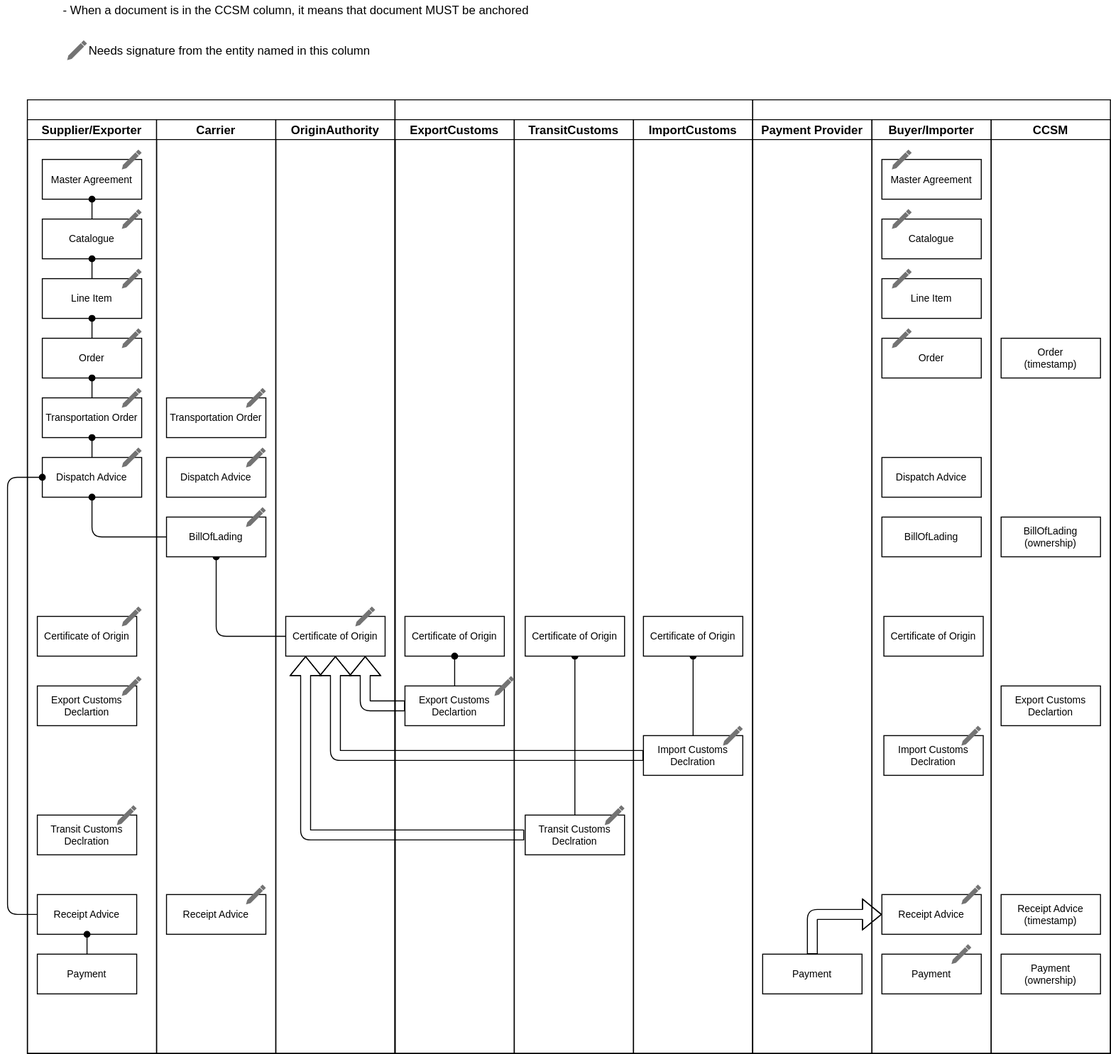
mehranshakeri/BLIP1-diagrams keeps this draw.io diagram as sequence.drawio.svg. Above is the earlier version. Source tidied: cells renumbered, new cells last; positions are measured from the earlier drawing's top-left corner, leaving out a move shared by most shapes.
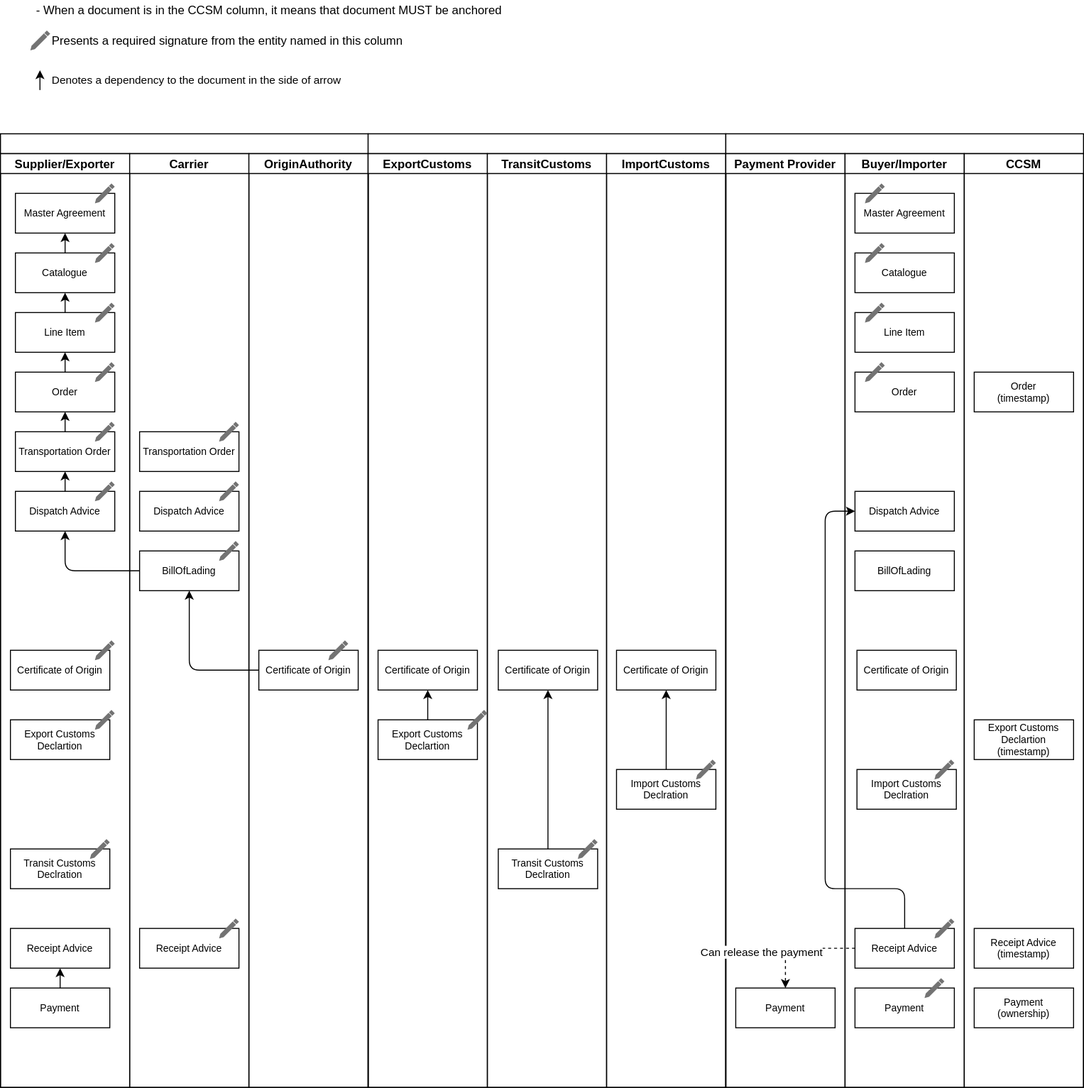
After the commit.

Diff of the diagram source:
```diff
@@ -8,7 +8,7 @@
     <mxCell id="3" value="Import Customs &#10;Declration" style="fontStyle=0;fontSize=10;" parent="1" vertex="1">
       <mxGeometry x="882" y="740" width="100" height="40" as="geometry" />
     </mxCell>
-    <mxCell id="4" style="edgeStyle=none;html=1;exitX=0.5;exitY=0;exitDx=0;exitDy=0;entryX=0.5;entryY=1;entryDx=0;entryDy=0;endArrow=oval;endFill=1;" parent="1" edge="1" source="5" target="80">
+    <mxCell id="4" style="edgeStyle=none;html=1;exitX=0.5;exitY=0;exitDx=0;exitDy=0;entryX=0.5;entryY=1;entryDx=0;entryDy=0;endArrow=classic;endFill=1;" parent="1" edge="1" source="5" target="80">
       <mxGeometry relative="1" as="geometry" />
     </mxCell>
     <mxCell id="5" value="Transit Customs &#10;Declration" style="fontStyle=0;fontSize=10;" parent="1" vertex="1">
@@ -17,7 +17,7 @@
     <mxCell id="6" value="Certificate of Origin" style="fontStyle=0;fontSize=10;" parent="1" vertex="1">
       <mxGeometry x="30" y="620" width="100" height="40" as="geometry" />
     </mxCell>
-    <mxCell id="7" style="edgeStyle=none;html=1;exitX=0;exitY=0.5;exitDx=0;exitDy=0;entryX=0.5;entryY=1;entryDx=0;entryDy=0;endArrow=oval;endFill=1;" parent="1" edge="1" source="8" target="35">
+    <mxCell id="7" style="edgeStyle=none;html=1;exitX=0;exitY=0.5;exitDx=0;exitDy=0;entryX=0.5;entryY=1;entryDx=0;entryDy=0;endArrow=classic;endFill=1;" parent="1" edge="1" source="8" target="35">
       <mxGeometry relative="1" as="geometry">
         <Array as="points">
           <mxPoint x="210" y="640" />
@@ -39,31 +39,31 @@
     <mxCell id="12" value="Master Agreement" style="fontStyle=0;fontSize=10;" parent="10" vertex="1">
       <mxGeometry x="15" y="40" width="100" height="40" as="geometry" />
     </mxCell>
-    <mxCell id="13" style="edgeStyle=none;html=1;exitX=0.5;exitY=0;exitDx=0;exitDy=0;entryX=0.5;entryY=1;entryDx=0;entryDy=0;endArrow=oval;endFill=1;" parent="10" edge="1" source="14" target="12">
+    <mxCell id="13" style="edgeStyle=none;html=1;exitX=0.5;exitY=0;exitDx=0;exitDy=0;entryX=0.5;entryY=1;entryDx=0;entryDy=0;endArrow=classic;endFill=1;" parent="10" edge="1" source="14" target="12">
       <mxGeometry relative="1" as="geometry" />
     </mxCell>
     <mxCell id="14" value="Catalogue" style="fontStyle=0;fontSize=10;" parent="10" vertex="1">
       <mxGeometry x="15" y="100" width="100" height="40" as="geometry" />
     </mxCell>
-    <mxCell id="15" style="edgeStyle=none;html=1;exitX=0.5;exitY=0;exitDx=0;exitDy=0;entryX=0.5;entryY=1;entryDx=0;entryDy=0;endArrow=oval;endFill=1;" parent="10" edge="1" source="16" target="14">
+    <mxCell id="15" style="edgeStyle=none;html=1;exitX=0.5;exitY=0;exitDx=0;exitDy=0;entryX=0.5;entryY=1;entryDx=0;entryDy=0;endArrow=classic;endFill=1;" parent="10" edge="1" source="16" target="14">
       <mxGeometry relative="1" as="geometry" />
     </mxCell>
     <mxCell id="16" value="Line Item" style="fontStyle=0;fontSize=10;" parent="10" vertex="1">
       <mxGeometry x="15" y="160" width="100" height="40" as="geometry" />
     </mxCell>
-    <mxCell id="17" style="edgeStyle=none;html=1;exitX=0.5;exitY=0;exitDx=0;exitDy=0;entryX=0.5;entryY=1;entryDx=0;entryDy=0;endArrow=oval;endFill=1;" parent="10" edge="1" source="18" target="16">
+    <mxCell id="17" style="edgeStyle=none;html=1;exitX=0.5;exitY=0;exitDx=0;exitDy=0;entryX=0.5;entryY=1;entryDx=0;entryDy=0;endArrow=classic;endFill=1;" parent="10" edge="1" source="18" target="16">
       <mxGeometry relative="1" as="geometry" />
     </mxCell>
     <mxCell id="18" value="Order" style="fontStyle=0;fontSize=10;" parent="10" vertex="1">
       <mxGeometry x="15" y="220" width="100" height="40" as="geometry" />
     </mxCell>
-    <mxCell id="19" style="edgeStyle=none;html=1;exitX=0.5;exitY=0;exitDx=0;exitDy=0;entryX=0.5;entryY=1;entryDx=0;entryDy=0;endArrow=oval;endFill=1;" parent="10" edge="1" source="20" target="18">
+    <mxCell id="19" style="edgeStyle=none;html=1;exitX=0.5;exitY=0;exitDx=0;exitDy=0;entryX=0.5;entryY=1;entryDx=0;entryDy=0;endArrow=classic;endFill=1;" parent="10" edge="1" source="20" target="18">
       <mxGeometry relative="1" as="geometry" />
     </mxCell>
     <mxCell id="20" value="Transportation Order" style="fontStyle=0;fontSize=10;" parent="10" vertex="1">
       <mxGeometry x="15" y="280" width="100" height="40" as="geometry" />
     </mxCell>
-    <mxCell id="21" style="edgeStyle=none;html=1;exitX=0.5;exitY=0;exitDx=0;exitDy=0;entryX=0.5;entryY=1;entryDx=0;entryDy=0;endArrow=oval;endFill=1;" parent="10" edge="1" source="22" target="20">
+    <mxCell id="21" style="edgeStyle=none;html=1;exitX=0.5;exitY=0;exitDx=0;exitDy=0;entryX=0.5;entryY=1;entryDx=0;entryDy=0;endArrow=classic;endFill=1;" parent="10" edge="1" source="22" target="20">
       <mxGeometry relative="1" as="geometry" />
     </mxCell>
     <mxCell id="22" value="Dispatch Advice" style="fontStyle=0;fontSize=10;" parent="10" vertex="1">
@@ -129,7 +129,7 @@
     <mxCell id="42" style="dashed=0;verticalLabelPosition=bottom;verticalAlign=top;align=center;shape=mxgraph.gmdl.edit;strokeColor=none;fillColor=#737373;shadow=0;fontSize=10;" parent="41" vertex="1">
       <mxGeometry x="80" y="490" width="20" height="20" as="geometry" />
     </mxCell>
-    <mxCell id="43" style="edgeStyle=none;html=1;exitX=0;exitY=0.5;exitDx=0;exitDy=0;entryX=0.5;entryY=1;entryDx=0;entryDy=0;endArrow=oval;endFill=1;" parent="9" edge="1" source="35" target="22">
+    <mxCell id="43" style="edgeStyle=none;html=1;exitX=0;exitY=0.5;exitDx=0;exitDy=0;entryX=0.5;entryY=1;entryDx=0;entryDy=0;endArrow=classic;endFill=1;" parent="9" edge="1" source="35" target="22">
       <mxGeometry relative="1" as="geometry">
         <Array as="points">
           <mxPoint x="65" y="440" />
@@ -151,7 +151,7 @@
     <mxCell id="48" value="ImportCustoms" style="swimlane;startSize=20;" parent="44" vertex="1">
       <mxGeometry x="240" y="20" width="120" height="940" as="geometry" />
     </mxCell>
-    <mxCell id="49" style="edgeStyle=none;html=1;exitX=0.5;exitY=0;exitDx=0;exitDy=0;entryX=0.5;entryY=1;entryDx=0;entryDy=0;endArrow=oval;endFill=1;" parent="48" edge="1" source="50" target="51">
+    <mxCell id="49" style="edgeStyle=none;html=1;exitX=0.5;exitY=0;exitDx=0;exitDy=0;entryX=0.5;entryY=1;entryDx=0;entryDy=0;endArrow=classic;endFill=1;" parent="48" edge="1" source="50" target="51">
       <mxGeometry relative="1" as="geometry" />
     </mxCell>
     <mxCell id="50" value="Import Customs &#10;Declration" style="fontStyle=0;fontSize=10;" parent="48" vertex="1">
@@ -196,6 +196,15 @@
     <mxCell id="63" value="Payment" style="fontStyle=0;fontSize=10;" parent="56" vertex="1">
       <mxGeometry x="10" y="840" width="100" height="40" as="geometry" />
     </mxCell>
+    <mxCell id="94" style="edgeStyle=none;html=1;exitX=0.5;exitY=0;exitDx=0;exitDy=0;entryX=0;entryY=0.5;entryDx=0;entryDy=0;endArrow=classic;endFill=1;" parent="56" edge="1" source="64" target="57">
+      <mxGeometry relative="1" as="geometry">
+        <Array as="points">
+          <mxPoint x="60" y="740" />
+          <mxPoint x="-20" y="740" />
+          <mxPoint x="-20" y="360" />
+        </Array>
+      </mxGeometry>
+    </mxCell>
     <mxCell id="64" value="Receipt Advice" style="fontStyle=0;fontSize=10;" parent="56" vertex="1">
       <mxGeometry x="10" y="780" width="100" height="40" as="geometry" />
     </mxCell>
@@ -220,38 +229,36 @@
     <mxCell id="71" style="dashed=0;verticalLabelPosition=bottom;verticalAlign=top;align=center;shape=mxgraph.gmdl.edit;strokeColor=none;fillColor=#737373;shadow=0;fontSize=10;" parent="56" vertex="1">
       <mxGeometry x="80" y="830" width="20" height="20" as="geometry" />
     </mxCell>
-    <mxCell id="72" style="edgeStyle=none;html=1;exitX=0.5;exitY=0;exitDx=0;exitDy=0;entryX=0;entryY=0.5;entryDx=0;entryDy=0;fontSize=10;shape=flexArrow;" parent="53" edge="1" source="55" target="64">
-      <mxGeometry relative="1" as="geometry">
-        <Array as="points">
-          <mxPoint x="60" y="820" />
-        </Array>
-      </mxGeometry>
-    </mxCell>
     <mxCell id="73" value="CCSM" style="swimlane;startSize=20;" parent="53" vertex="1">
       <mxGeometry x="240" y="20" width="120" height="940" as="geometry" />
     </mxCell>
     <mxCell id="74" value="Order&#10;(timestamp)" style="fontStyle=0;fontSize=10;" parent="73" vertex="1">
       <mxGeometry x="10" y="220" width="100" height="40" as="geometry" />
     </mxCell>
-    <mxCell id="75" value="BillOfLading &#10;(ownership)" style="fontStyle=0;fontSize=10;" parent="73" vertex="1">
-      <mxGeometry x="10" y="400" width="100" height="40" as="geometry" />
-    </mxCell>
     <mxCell id="76" value="Payment&#10;(ownership)" style="fontStyle=0;fontSize=10;" parent="73" vertex="1">
       <mxGeometry x="10" y="840" width="100" height="40" as="geometry" />
     </mxCell>
     <mxCell id="77" value="Receipt Advice&#10;(timestamp)" style="fontStyle=0;fontSize=10;" parent="73" vertex="1">
       <mxGeometry x="10" y="780" width="100" height="40" as="geometry" />
     </mxCell>
-    <mxCell id="78" value="Export Customs &#10;Declartion" style="fontStyle=0;fontSize=10;" parent="73" vertex="1">
+    <mxCell id="78" value="Export Customs &#10;Declartion&#10;(timestamp)" style="fontStyle=0;fontSize=10;" parent="73" vertex="1">
       <mxGeometry x="10" y="570" width="100" height="40" as="geometry" />
     </mxCell>
+    <mxCell id="95" value="Can release the payment" style="edgeStyle=none;html=1;exitX=0;exitY=0.5;exitDx=0;exitDy=0;entryX=0.5;entryY=0;entryDx=0;entryDy=0;dashed=1;" parent="53" edge="1" source="64" target="55">
+      <mxGeometry x="0.27" y="-14" relative="1" as="geometry">
+        <Array as="points">
+          <mxPoint x="60" y="820" />
+        </Array>
+        <mxPoint x="-10" y="4" as="offset" />
+      </mxGeometry>
+    </mxCell>
     <mxCell id="79" value="Certificate of Origin" style="fontStyle=0;fontSize=10;" parent="1" vertex="1">
       <mxGeometry x="400" y="620" width="100" height="40" as="geometry" />
     </mxCell>
     <mxCell id="80" value="Certificate of Origin" style="fontStyle=0;fontSize=10;" parent="1" vertex="1">
       <mxGeometry x="521" y="620" width="100" height="40" as="geometry" />
     </mxCell>
-    <mxCell id="81" style="edgeStyle=none;html=1;exitX=0.5;exitY=0;exitDx=0;exitDy=0;entryX=0.5;entryY=1;entryDx=0;entryDy=0;endArrow=oval;endFill=1;" parent="1" edge="1" source="82" target="79">
+    <mxCell id="81" style="edgeStyle=none;html=1;exitX=0.5;exitY=0;exitDx=0;exitDy=0;entryX=0.5;entryY=1;entryDx=0;entryDy=0;endArrow=classic;endFill=1;" parent="1" edge="1" source="82" target="79">
       <mxGeometry relative="1" as="geometry" />
     </mxCell>
     <mxCell id="82" value="Export Customs &#10;Declartion" style="fontStyle=0;fontSize=10;" parent="1" vertex="1">
@@ -260,57 +267,29 @@
     <mxCell id="83" value="Certificate of Origin" style="fontStyle=0;fontSize=10;" parent="1" vertex="1">
       <mxGeometry x="882" y="620" width="100" height="40" as="geometry" />
     </mxCell>
-    <mxCell id="84" style="edgeStyle=none;html=1;exitX=0;exitY=0.5;exitDx=0;exitDy=0;entryX=0;entryY=0.5;entryDx=0;entryDy=0;endArrow=oval;endFill=1;" parent="1" edge="1" source="85" target="22">
-      <mxGeometry relative="1" as="geometry">
-        <Array as="points">
-          <mxPoint y="920" />
-          <mxPoint y="700" />
-          <mxPoint y="480" />
-        </Array>
-      </mxGeometry>
-    </mxCell>
     <mxCell id="85" value="Receipt Advice" style="fontStyle=0;fontSize=10;" parent="1" vertex="1">
       <mxGeometry x="30" y="900" width="100" height="40" as="geometry" />
     </mxCell>
-    <mxCell id="86" style="edgeStyle=none;html=1;exitX=0.5;exitY=0;exitDx=0;exitDy=0;entryX=0.5;entryY=1;entryDx=0;entryDy=0;endArrow=oval;endFill=1;" parent="1" edge="1" source="87" target="85">
+    <mxCell id="86" style="edgeStyle=none;html=1;exitX=0.5;exitY=0;exitDx=0;exitDy=0;entryX=0.5;entryY=1;entryDx=0;entryDy=0;endArrow=classic;endFill=1;" parent="1" edge="1" source="87" target="85">
       <mxGeometry relative="1" as="geometry" />
     </mxCell>
     <mxCell id="87" value="Payment" style="fontStyle=0;fontSize=10;" parent="1" vertex="1">
       <mxGeometry x="30" y="960" width="100" height="40" as="geometry" />
     </mxCell>
-    <mxCell id="88" style="edgeStyle=none;html=1;exitX=0;exitY=0.5;exitDx=0;exitDy=0;fontSize=10;shape=flexArrow;" parent="1" edge="1" source="82">
-      <mxGeometry relative="1" as="geometry">
-        <mxPoint x="360" y="660" as="targetPoint" />
-        <Array as="points">
-          <mxPoint x="360" y="710" />
-        </Array>
-      </mxGeometry>
-    </mxCell>
-    <mxCell id="89" style="edgeStyle=none;html=1;exitX=0;exitY=0.5;exitDx=0;exitDy=0;fontSize=10;shape=flexArrow;exitPerimeter=0;" parent="1" edge="1" source="50">
-      <mxGeometry relative="1" as="geometry">
-        <mxPoint x="330" y="660" as="targetPoint" />
-        <Array as="points">
-          <mxPoint x="330" y="760" />
-        </Array>
-      </mxGeometry>
-    </mxCell>
-    <mxCell id="90" style="edgeStyle=none;html=1;fontSize=10;shape=flexArrow;" parent="1" edge="1">
-      <mxGeometry relative="1" as="geometry">
-        <mxPoint x="520" y="840" as="sourcePoint" />
-        <mxPoint x="300" y="660" as="targetPoint" />
-        <Array as="points">
-          <mxPoint x="300" y="840" />
-        </Array>
-      </mxGeometry>
-    </mxCell>
     <mxCell id="91" style="dashed=0;verticalLabelPosition=bottom;verticalAlign=top;align=center;shape=mxgraph.gmdl.edit;strokeColor=none;fillColor=#737373;shadow=0;fontSize=10;" parent="1" vertex="1">
       <mxGeometry x="490" y="680" width="20" height="20" as="geometry" />
     </mxCell>
-    <mxCell id="92" value="Needs signature from the entity named in this column" style="dashed=0;verticalLabelPosition=middle;verticalAlign=middle;align=left;shape=mxgraph.gmdl.edit;strokeColor=none;fillColor=#737373;shadow=0;fontSize=12;horizontal=1;labelPosition=right;" parent="1" vertex="1">
-      <mxGeometry x="60" y="40" width="20" height="20" as="geometry" />
+    <mxCell id="92" value="Presents a required signature from the entity named in this column" style="dashed=0;verticalLabelPosition=middle;verticalAlign=middle;align=left;shape=mxgraph.gmdl.edit;strokeColor=none;fillColor=#737373;shadow=0;fontSize=12;horizontal=1;labelPosition=right;" parent="1" vertex="1">
+      <mxGeometry x="50" y="-4" width="20" height="20" as="geometry" />
     </mxCell>
     <mxCell id="93" value="- When a document is in the CCSM column, it means that document MUST be anchored" style="text;html=1;align=center;verticalAlign=middle;strokeColor=none;fillColor=none;fontSize=12;" parent="1" vertex="1">
-      <mxGeometry x="50" width="480" height="20" as="geometry" />
+      <mxGeometry x="50" y="-34" width="480" height="20" as="geometry" />
     </mxCell>
+    <mxCell id="96" value="Denotes a dependency to the document in the side of arrow&amp;nbsp;" style="edgeStyle=none;html=1;exitX=0.5;exitY=0;exitDx=0;exitDy=0;entryX=0.5;entryY=1;entryDx=0;entryDy=0;endArrow=classic;endFill=1;align=left;" parent="1" edge="1">
+      <mxGeometry y="-10" relative="1" as="geometry">
+        <mxPoint x="59.7" y="56" as="sourcePoint" />
+        <mxPoint x="59.7" y="36" as="targetPoint" />
+      </mxGeometry>
+    </mxCell>
   </root>
 </mxGraphModel>
```
